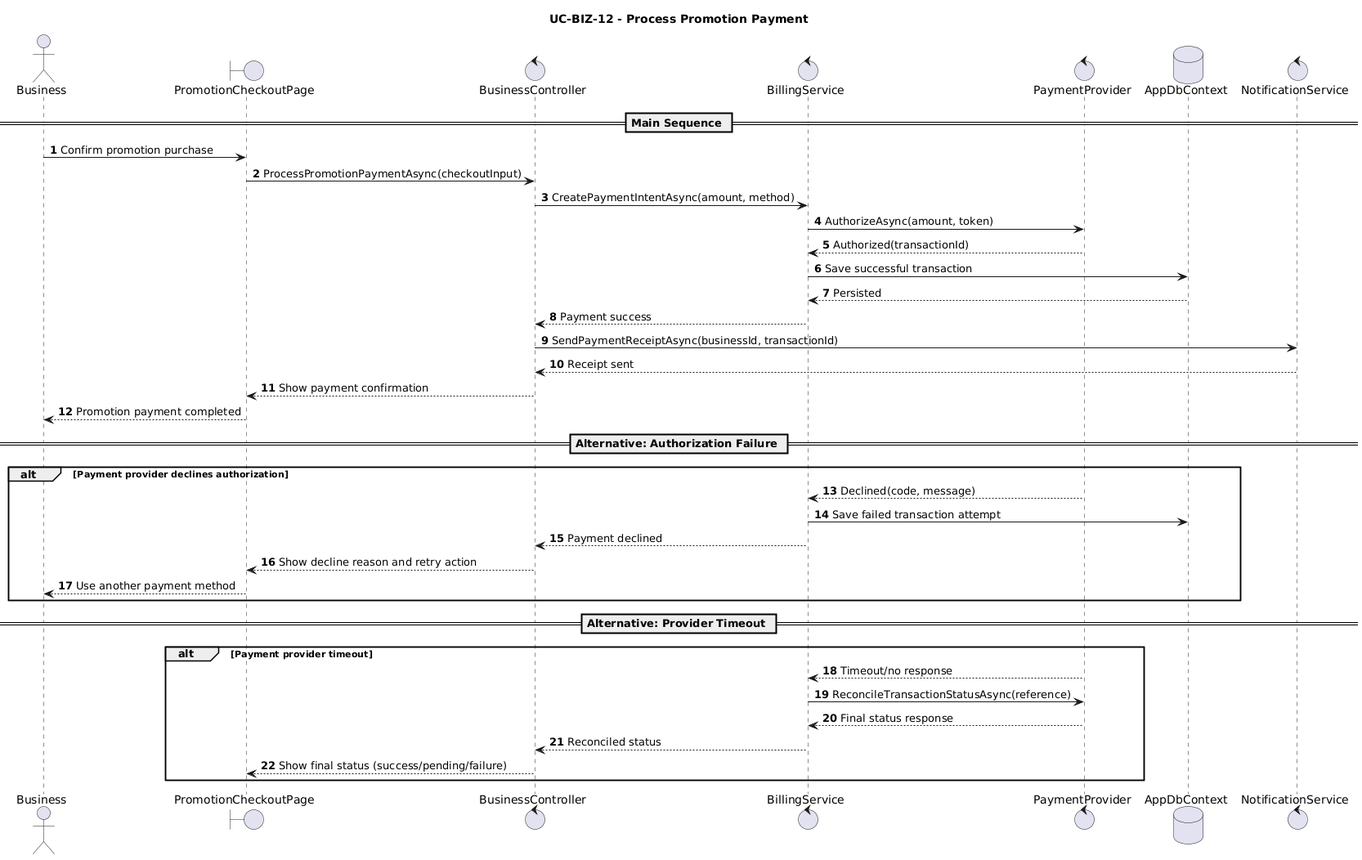
The PlantUML diagram User Cases/Sequence Diagrams/BusinessRole/ProcessPromotionPayment.png in gorge-unc23/4ThePlot, before a commit.
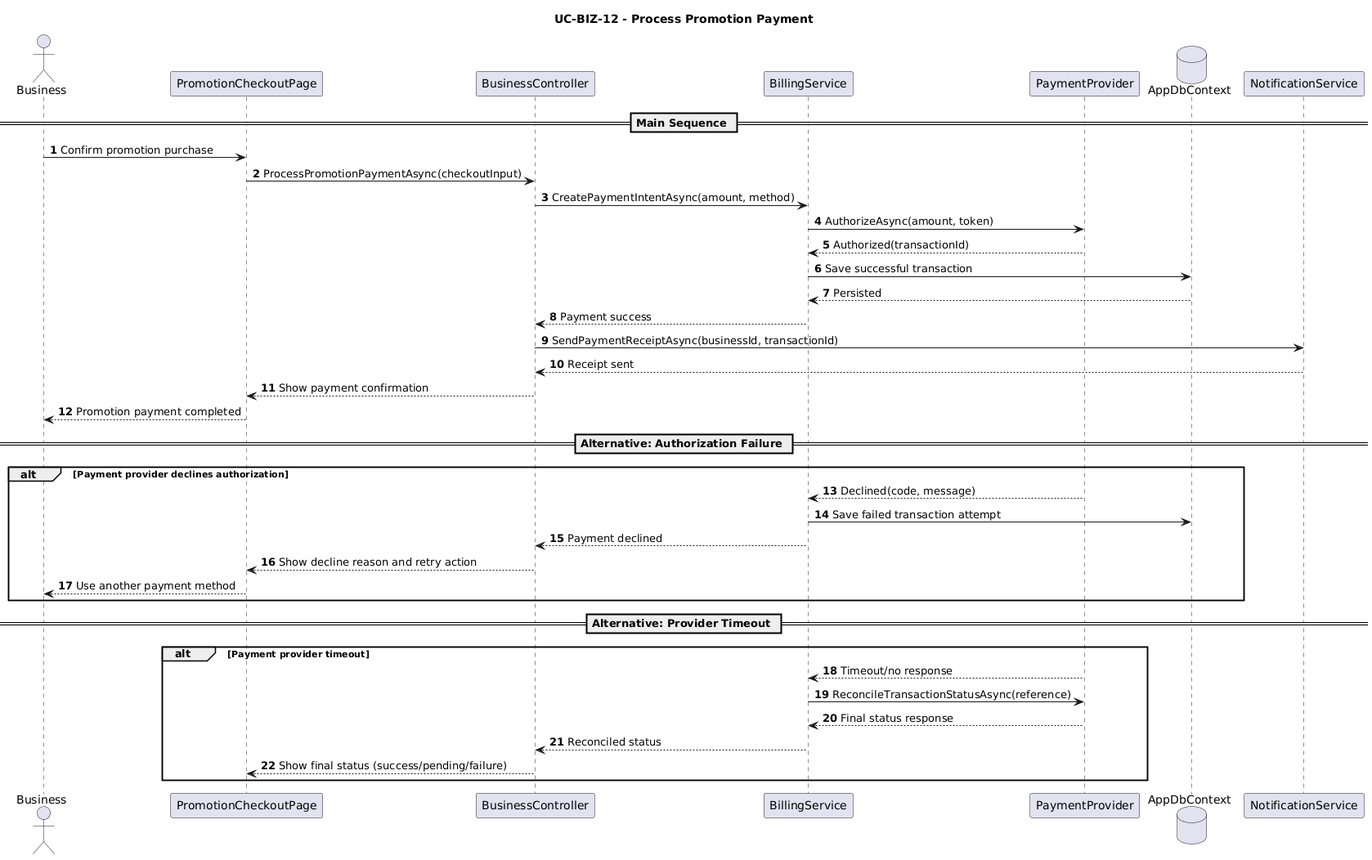
The same file after the commit.

Change to the diagram source:
```diff
@@ -3,12 +3,12 @@
 autonumber
 
 actor Business
-boundary PromotionCheckoutPage
-control BusinessController
-control BillingService
-control PaymentProvider
+participant PromotionCheckoutPage
+participant BusinessController
+participant BillingService
+participant PaymentProvider
 database AppDbContext
-control NotificationService
+participant NotificationService
 
 == Main Sequence ==
 Business -> PromotionCheckoutPage: Confirm promotion purchase
```
